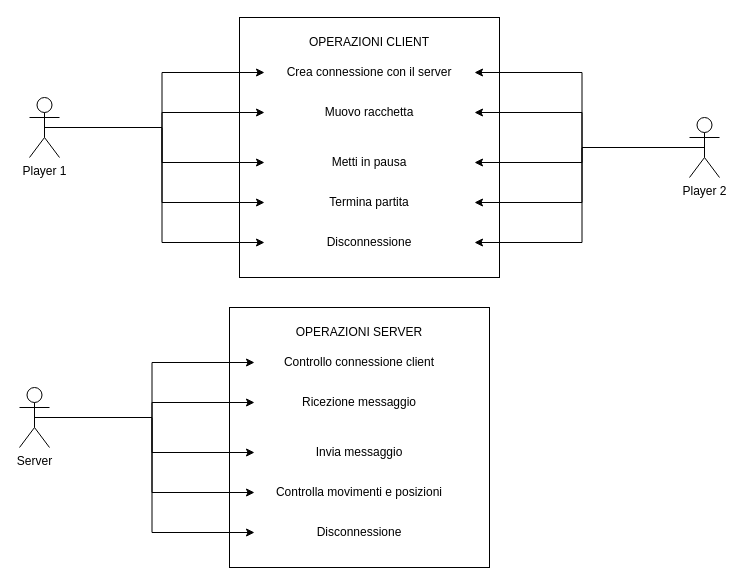
The draw.io diagram docs/UML/UML-useCase.drawio in lucabertiato/PongBertiatoRadice, before the edit. Source tidied: cells renumbered, new cells numbered last; positions are measured from the earlier drawing's top-left corner, leaving out a move shared by most shapes. Both pictures are drawn from the tidied source at 100%, with x=0, y=0 at pixel (19, 17).
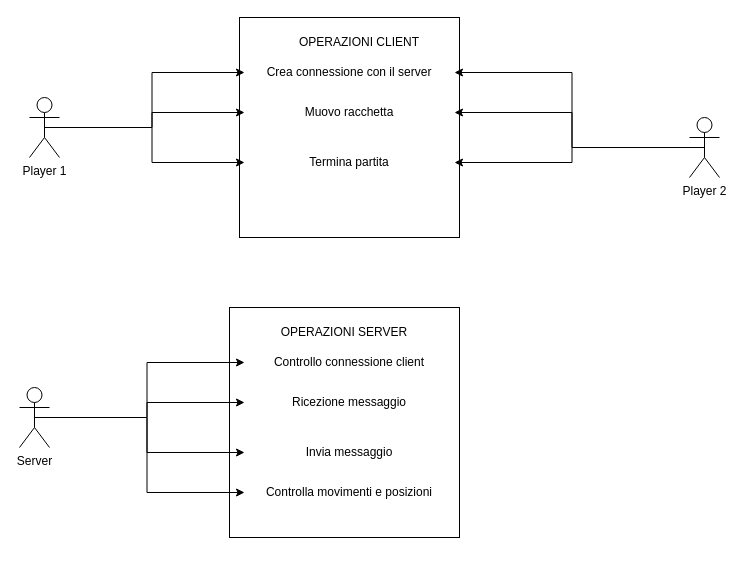
The same diagram, later.

The change refers to these unchanged cells:
```xml
<mxCell id="12" value="Player 1" style="shape=umlActor;verticalLabelPosition=bottom;verticalAlign=top;html=1;outlineConnect=0;" parent="1" vertex="1">
  <mxGeometry x="10" y="80" width="30" height="60" as="geometry" />
</mxCell>
<mxCell id="20" value="Player 2" style="shape=umlActor;verticalLabelPosition=bottom;verticalAlign=top;html=1;outlineConnect=0;" parent="1" vertex="1">
  <mxGeometry x="670" y="100" width="30" height="60" as="geometry" />
</mxCell>
<mxCell id="31" value="Server" style="shape=umlActor;verticalLabelPosition=bottom;verticalAlign=top;html=1;outlineConnect=0;" parent="1" vertex="1">
  <mxGeometry y="370" width="30" height="60" as="geometry" />
</mxCell>
```

Change to the diagram source:
```diff
@@
     <mxCell id="2" style="whiteSpace=wrap;html=1;" parent="1" vertex="1">
-      <mxGeometry x="220" width="260" height="260" as="geometry" />
+      <mxGeometry x="220" width="220" height="220" as="geometry" />
     </mxCell>
     <mxCell id="3" value="OPERAZIONI CLIENT" style="text;html=1;strokeColor=none;fillColor=none;align=center;verticalAlign=middle;whiteSpace=wrap;rounded=0;" parent="1" vertex="1">
-      <mxGeometry x="270" y="10" width="160" height="30" as="geometry" />
+      <mxGeometry x="260" y="10" width="160" height="30" as="geometry" />
     </mxCell>
     <mxCell id="4" value="Crea connessione con il server" style="text;html=1;strokeColor=none;fillColor=none;align=center;verticalAlign=middle;whiteSpace=wrap;rounded=0;" parent="1" vertex="1">
-      <mxGeometry x="245" y="40" width="210" height="30" as="geometry" />
+      <mxGeometry x="225" y="40" width="210" height="30" as="geometry" />
     </mxCell>
     <mxCell id="5" value="Muovo racchetta" style="text;html=1;strokeColor=none;fillColor=none;align=center;verticalAlign=middle;whiteSpace=wrap;rounded=0;" parent="1" vertex="1">
-      <mxGeometry x="245" y="80" width="210" height="30" as="geometry" />
+      <mxGeometry x="225" y="80" width="210" height="30" as="geometry" />
     </mxCell>
-    <mxCell id="6" value="Metti in pausa" style="text;html=1;strokeColor=none;fillColor=none;align=center;verticalAlign=middle;whiteSpace=wrap;rounded=0;" parent="1" vertex="1">
-      <mxGeometry x="245" y="130" width="210" height="30" as="geometry" />
-    </mxCell>
     <mxCell id="7" value="Termina partita" style="text;html=1;strokeColor=none;fillColor=none;align=center;verticalAlign=middle;whiteSpace=wrap;rounded=0;" parent="1" vertex="1">
-      <mxGeometry x="245" y="170" width="210" height="30" as="geometry" />
+      <mxGeometry x="225" y="130" width="210" height="30" as="geometry" />
     </mxCell>
-    <mxCell id="8" value="Disconnessione" style="text;html=1;strokeColor=none;fillColor=none;align=center;verticalAlign=middle;whiteSpace=wrap;rounded=0;" parent="1" vertex="1">
-      <mxGeometry x="245" y="210" width="210" height="30" as="geometry" />
-    </mxCell>
-    <mxCell id="9" style="edgeStyle=orthogonalEdgeStyle;rounded=0;jettySize=auto;html=1;exitX=0.5;exitY=0.5;exitDx=0;exitDy=0;exitPerimeter=0;" parent="1" edge="1" source="12" target="6">
-      <mxGeometry relative="1" as="geometry" />
-    </mxCell>
@@
-    <mxCell id="11" style="edgeStyle=orthogonalEdgeStyle;rounded=0;jettySize=auto;html=1;exitX=0.5;exitY=0.5;exitDx=0;exitDy=0;exitPerimeter=0;entryX=0;entryY=0.5;entryDx=0;entryDy=0;" parent="1" edge="1" source="12" target="8">
-      <mxGeometry relative="1" as="geometry" />
-    </mxCell>
@@
-    <mxCell id="17" style="edgeStyle=orthogonalEdgeStyle;rounded=0;jettySize=auto;html=1;exitX=0.5;exitY=0.5;exitDx=0;exitDy=0;exitPerimeter=0;entryX=1;entryY=0.5;entryDx=0;entryDy=0;" parent="1" edge="1" source="20" target="6">
-      <mxGeometry relative="1" as="geometry" />
-    </mxCell>
@@
-    <mxCell id="19" style="edgeStyle=orthogonalEdgeStyle;rounded=0;jettySize=auto;html=1;exitX=0.5;exitY=0.5;exitDx=0;exitDy=0;exitPerimeter=0;entryX=1;entryY=0.5;entryDx=0;entryDy=0;" parent="1" edge="1" source="20" target="8">
-      <mxGeometry relative="1" as="geometry" />
-    </mxCell>
@@
     <mxCell id="21" style="whiteSpace=wrap;html=1;" parent="1" vertex="1">
-      <mxGeometry x="210" y="290" width="260" height="260" as="geometry" />
+      <mxGeometry x="210" y="290" width="230" height="230" as="geometry" />
     </mxCell>
     <mxCell id="22" value="OPERAZIONI SERVER" style="text;html=1;strokeColor=none;fillColor=none;align=center;verticalAlign=middle;whiteSpace=wrap;rounded=0;" parent="1" vertex="1">
-      <mxGeometry x="260" y="300" width="160" height="30" as="geometry" />
+      <mxGeometry x="245" y="300" width="160" height="30" as="geometry" />
     </mxCell>
     <mxCell id="23" value="Controllo connessione client" style="text;html=1;strokeColor=none;fillColor=none;align=center;verticalAlign=middle;whiteSpace=wrap;rounded=0;" parent="1" vertex="1">
-      <mxGeometry x="235" y="330" width="210" height="30" as="geometry" />
+      <mxGeometry x="225" y="330" width="210" height="30" as="geometry" />
     </mxCell>
     <mxCell id="24" value="Ricezione messaggio" style="text;html=1;strokeColor=none;fillColor=none;align=center;verticalAlign=middle;whiteSpace=wrap;rounded=0;" parent="1" vertex="1">
-      <mxGeometry x="235" y="370" width="210" height="30" as="geometry" />
+      <mxGeometry x="225" y="370" width="210" height="30" as="geometry" />
     </mxCell>
     <mxCell id="25" value="Invia messaggio" style="text;html=1;strokeColor=none;fillColor=none;align=center;verticalAlign=middle;whiteSpace=wrap;rounded=0;" parent="1" vertex="1">
-      <mxGeometry x="235" y="420" width="210" height="30" as="geometry" />
+      <mxGeometry x="225" y="420" width="210" height="30" as="geometry" />
     </mxCell>
     <mxCell id="26" value="Controlla movimenti e posizioni" style="text;html=1;strokeColor=none;fillColor=none;align=center;verticalAlign=middle;whiteSpace=wrap;rounded=0;" parent="1" vertex="1">
-      <mxGeometry x="235" y="460" width="210" height="30" as="geometry" />
+      <mxGeometry x="225" y="460" width="210" height="30" as="geometry" />
     </mxCell>
-    <mxCell id="27" value="Disconnessione" style="text;html=1;strokeColor=none;fillColor=none;align=center;verticalAlign=middle;whiteSpace=wrap;rounded=0;" parent="1" vertex="1">
-      <mxGeometry x="235" y="500" width="210" height="30" as="geometry" />
-    </mxCell>
@@
-    <mxCell id="30" style="edgeStyle=orthogonalEdgeStyle;rounded=0;jettySize=auto;html=1;exitX=0.5;exitY=0.5;exitDx=0;exitDy=0;exitPerimeter=0;entryX=0;entryY=0.5;entryDx=0;entryDy=0;" parent="1" edge="1" source="31" target="27">
-      <mxGeometry relative="1" as="geometry" />
-    </mxCell>
@@
+    <mxCell id="34" style="edgeStyle=orthogonalEdgeStyle;rounded=0;orthogonalLoop=1;jettySize=auto;html=1;exitX=0.5;exitY=1;exitDx=0;exitDy=0;" parent="1" edge="1" source="2" target="2">
+      <mxGeometry relative="1" as="geometry" />
+    </mxCell>
```
